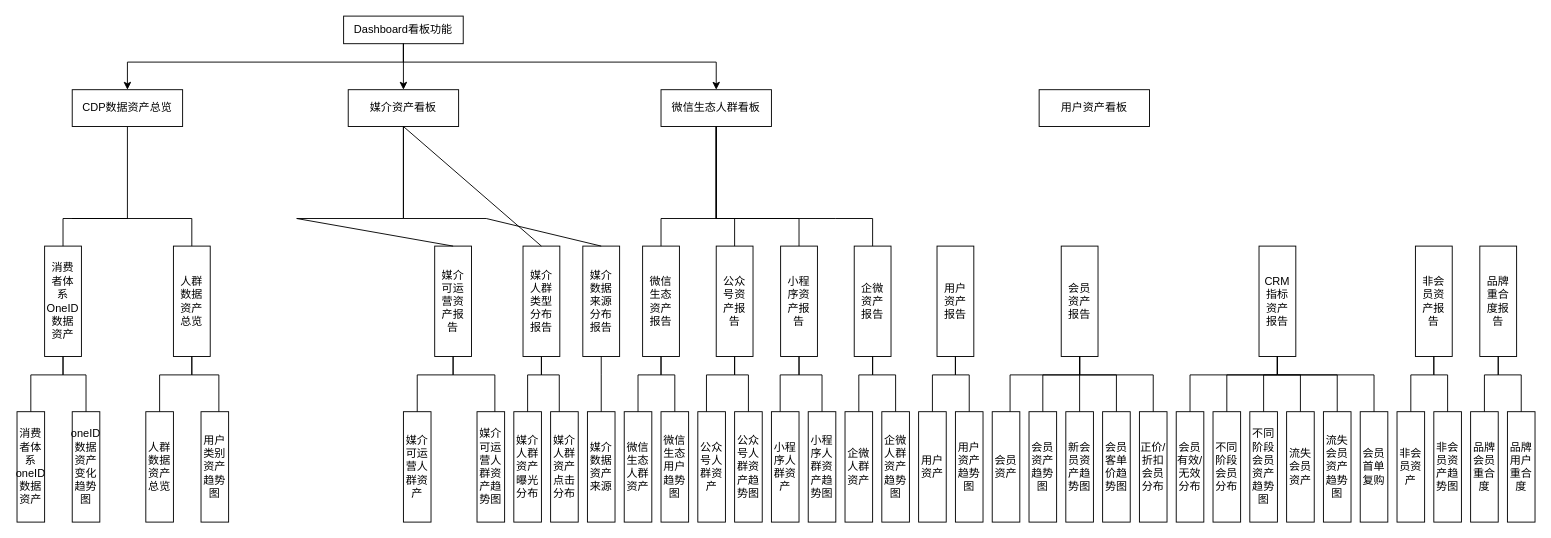
natyuen/huatu keeps this draw.io diagram as Dashboard层次图.drawio. Above is the earlier version. Source tidied: cells renumbered, new cells numbered last; positions are measured from the earlier drawing's top-left corner, leaving out a move shared by most shapes. Both pictures are drawn from the tidied source at 92%, with x=0, y=0 at pixel (17, 16).
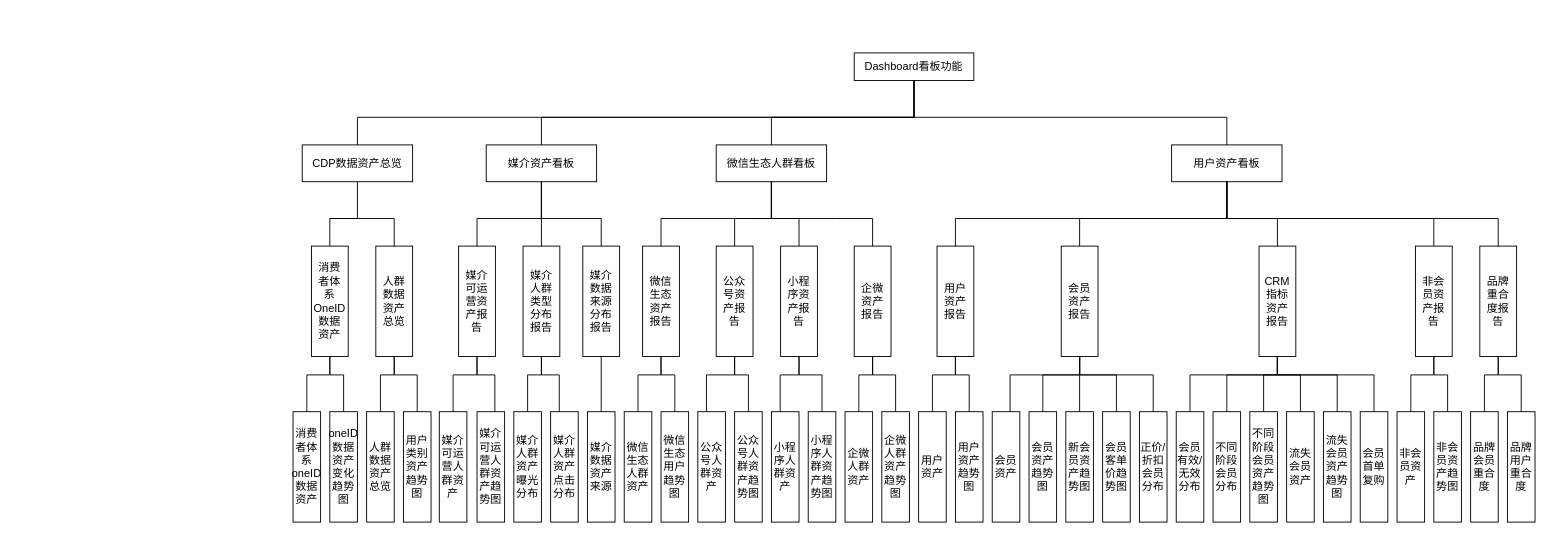
After the change.

Commit message (it also covers changes not shown here):
更新Dashboard层次图.drawio

The change refers to these unchanged cells:
```xml
<mxCell id="9" value="媒介&lt;br&gt;数据&lt;br&gt;来源&lt;br&gt;分布&lt;br&gt;报告" style="rounded=0;whiteSpace=wrap;html=1;" parent="1" vertex="1">
  <mxGeometry x="615" y="250" width="40" height="120" as="geometry" />
</mxCell>
<mxCell id="10" value="公众&lt;br&gt;号资&lt;br&gt;产报&lt;br&gt;告" style="rounded=0;whiteSpace=wrap;html=1;" parent="1" vertex="1">
  <mxGeometry x="760" y="250" width="40" height="120" as="geometry" />
</mxCell>
<mxCell id="12" value="微信&lt;br&gt;生态&lt;br&gt;资产&lt;br&gt;报告" style="rounded=0;whiteSpace=wrap;html=1;" parent="1" vertex="1">
  <mxGeometry x="680" y="250" width="40" height="120" as="geometry" />
</mxCell>
<mxCell id="54" value="小程&lt;br&gt;序资&lt;br&gt;产报&lt;br&gt;告" style="rounded=0;whiteSpace=wrap;html=1;" parent="1" vertex="1">
  <mxGeometry x="830" y="250" width="40" height="120" as="geometry" />
</mxCell>
<mxCell id="55" value="企微&lt;br&gt;资产&lt;br&gt;报告" style="rounded=0;whiteSpace=wrap;html=1;" parent="1" vertex="1">
  <mxGeometry x="910" y="250" width="40" height="120" as="geometry" />
</mxCell>
```

What changed in the source:
```diff
@@
     <mxCell id="2" value="&lt;font style=&quot;font-size: 12px;&quot;&gt;&lt;span style=&quot;font-family: Calibri; text-align: justify; background-color: initial;&quot;&gt;D&lt;/span&gt;&lt;span style=&quot;text-align: justify; background-color: initial; font-family: 宋体;&quot;&gt;&lt;font style=&quot;font-size: 12px;&quot; face=&quot;Calibri&quot;&gt;ash&lt;/font&gt;&lt;/span&gt;&lt;span style=&quot;font-family: Calibri; text-align: justify; background-color: initial;&quot;&gt;board&lt;/span&gt;&lt;/font&gt;&lt;span style=&quot;font-family: Calibri; text-align: justify; background-color: initial;&quot;&gt;&lt;font style=&quot;font-size: 12px;&quot;&gt;看板&lt;/font&gt;&lt;/span&gt;功能" style="rounded=0;whiteSpace=wrap;html=1;" parent="1" vertex="1">
-      <mxGeometry x="355" width="130" height="30" as="geometry" />
+      <mxGeometry x="910" y="40" width="130" height="30" as="geometry" />
     </mxCell>
     <mxCell id="3" value="&lt;div style=&quot;text-align: justify;&quot;&gt;&lt;span style=&quot;background-color: initial;&quot;&gt;&lt;font face=&quot;Calibri&quot;&gt;媒介资产看板&lt;/font&gt;&lt;/span&gt;&lt;/div&gt;" style="rounded=0;whiteSpace=wrap;html=1;" parent="1" vertex="1">
-      <mxGeometry x="360" y="80" width="120" height="40" as="geometry" />
+      <mxGeometry x="510" y="140" width="120" height="40" as="geometry" />
     </mxCell>
-    <mxCell id="4" style="endArrow=classic;html=1;rounded=0;exitX=0.5;exitY=1;exitDx=0;exitDy=0;entryX=0.5;entryY=0;entryDx=0;entryDy=0;" parent="1" edge="1" source="2" target="49">
-      <mxGeometry relative="1" as="geometry">
-        <Array as="points">
-          <mxPoint x="420" y="50" />
-          <mxPoint x="120" y="50" />
-        </Array>
-      </mxGeometry>
-    </mxCell>
-    <mxCell id="5" style="endArrow=classic;html=1;rounded=0;entryX=0.5;entryY=0;entryDx=0;entryDy=0;exitX=0.5;exitY=1;exitDx=0;exitDy=0;" parent="1" edge="1" source="2">
-      <mxGeometry relative="1" as="geometry">
-        <mxPoint x="760" y="80" as="targetPoint" />
-        <Array as="points">
-          <mxPoint x="420" y="50" />
-          <mxPoint x="760" y="50" />
-        </Array>
-      </mxGeometry>
-    </mxCell>
-    <mxCell id="6" style="endArrow=classic;html=1;rounded=0;entryX=0.5;entryY=0;entryDx=0;entryDy=0;exitX=0.5;exitY=1;exitDx=0;exitDy=0;" parent="1" edge="1" source="2" target="3">
-      <mxGeometry relative="1" as="geometry" />
-    </mxCell>
     <mxCell id="7" value="消费&lt;br&gt;者体&lt;br&gt;系OneID数据&lt;br&gt;资产" style="rounded=0;whiteSpace=wrap;html=1;" parent="1" vertex="1">
-      <mxGeometry x="30" y="250" width="40" height="120" as="geometry" />
+      <mxGeometry x="320" y="250" width="40" height="120" as="geometry" />
     </mxCell>
     <mxCell id="8" value="人群&lt;br&gt;数据&lt;br&gt;资产&lt;br&gt;总览" style="rounded=0;whiteSpace=wrap;html=1;" parent="1" vertex="1">
-      <mxGeometry x="170" y="250" width="40" height="120" as="geometry" />
+      <mxGeometry x="390" y="250" width="40" height="120" as="geometry" />
     </mxCell>
@@
     <mxCell id="11" value="媒介&lt;br&gt;可运&lt;br&gt;营资&lt;br&gt;产报&lt;br&gt;告" style="rounded=0;whiteSpace=wrap;html=1;" parent="1" vertex="1">
-      <mxGeometry x="454" y="250" width="40" height="120" as="geometry" />
+      <mxGeometry x="480" y="250" width="40" height="120" as="geometry" />
     </mxCell>
@@
     <mxCell id="13" value="消费者体系oneID数据资产" style="rounded=0;whiteSpace=wrap;html=1;" parent="1" vertex="1">
-      <mxGeometry y="430" width="30" height="120" as="geometry" />
+      <mxGeometry x="300" y="430" width="30" height="120" as="geometry" />
     </mxCell>
     <mxCell id="14" value="oneID数据资产变化趋势图" style="rounded=0;whiteSpace=wrap;html=1;" parent="1" vertex="1">
-      <mxGeometry x="60" y="430" width="30" height="120" as="geometry" />
+      <mxGeometry x="340" y="430" width="30" height="120" as="geometry" />
     </mxCell>
     <mxCell id="15" value="人群数据资产总览" style="rounded=0;whiteSpace=wrap;html=1;" parent="1" vertex="1">
-      <mxGeometry x="140" y="430" width="30" height="120" as="geometry" />
+      <mxGeometry x="380" y="430" width="30" height="120" as="geometry" />
     </mxCell>
     <mxCell id="16" value="用户类别资产趋势图" style="rounded=0;whiteSpace=wrap;html=1;" parent="1" vertex="1">
-      <mxGeometry x="200" y="430" width="30" height="120" as="geometry" />
+      <mxGeometry x="420" y="430" width="30" height="120" as="geometry" />
     </mxCell>
     <mxCell id="17" value="媒介可运营人群资产" style="rounded=0;whiteSpace=wrap;html=1;" parent="1" vertex="1">
-      <mxGeometry x="420" y="430" width="30" height="120" as="geometry" />
+      <mxGeometry x="459" y="430" width="30" height="120" as="geometry" />
     </mxCell>
@@
     <mxCell id="29" style="endArrow=none;html=1;rounded=0;fontFamily=Helvetica;fontSize=12;exitX=0.5;exitY=0;exitDx=0;exitDy=0;" parent="1" edge="1" source="8">
       <mxGeometry relative="1" as="geometry">
-        <mxPoint x="120" y="220" as="targetPoint" />
+        <mxPoint x="340" y="220" as="targetPoint" />
         <Array as="points">
-          <mxPoint x="190" y="220" />
-          <mxPoint x="60" y="220" />
+          <mxPoint x="410" y="220" />
         </Array>
       </mxGeometry>
     </mxCell>
     <mxCell id="30" style="endArrow=none;html=1;rounded=0;fontFamily=Helvetica;fontSize=12;entryX=0.5;entryY=1;entryDx=0;entryDy=0;exitX=0.5;exitY=0;exitDx=0;exitDy=0;" parent="1" edge="1" source="7" target="49">
       <mxGeometry relative="1" as="geometry">
         <Array as="points">
-          <mxPoint x="50" y="220" />
-          <mxPoint x="120" y="220" />
+          <mxPoint x="340" y="220" />
+          <mxPoint x="370" y="220" />
         </Array>
       </mxGeometry>
     </mxCell>
     <mxCell id="31" style="endArrow=none;html=1;rounded=0;fontFamily=Helvetica;fontSize=12;entryX=0.5;entryY=1;entryDx=0;entryDy=0;exitX=0.5;exitY=0;exitDx=0;exitDy=0;" parent="1" edge="1" source="11" target="3">
       <mxGeometry relative="1" as="geometry">
         <Array as="points">
-          <mxPoint x="304" y="220" />
-          <mxPoint x="420" y="220" />
+          <mxPoint x="500" y="220" />
+          <mxPoint x="570" y="220" />
         </Array>
       </mxGeometry>
     </mxCell>
     <mxCell id="32" style="endArrow=none;html=1;rounded=0;fontFamily=Helvetica;fontSize=12;exitX=0.5;exitY=1;exitDx=0;exitDy=0;entryX=0.5;entryY=0;entryDx=0;entryDy=0;" parent="1" edge="1" source="3" target="9">
       <mxGeometry relative="1" as="geometry">
         <Array as="points">
-          <mxPoint x="420" y="220" />
-          <mxPoint x="510" y="220" />
+          <mxPoint x="570" y="220" />
+          <mxPoint x="635" y="220" />
         </Array>
       </mxGeometry>
     </mxCell>
     <mxCell id="33" style="endArrow=none;html=1;rounded=0;fontFamily=Helvetica;fontSize=12;entryX=0.5;entryY=1;entryDx=0;entryDy=0;exitX=0.5;exitY=0;exitDx=0;exitDy=0;" parent="1" edge="1" source="12" target="50">
       <mxGeometry relative="1" as="geometry">
         <Array as="points">
           <mxPoint x="700" y="220" />
-          <mxPoint x="760" y="220" />
+          <mxPoint x="820" y="220" />
         </Array>
       </mxGeometry>
     </mxCell>
     <mxCell id="34" style="endArrow=none;html=1;rounded=0;fontFamily=Helvetica;fontSize=12;entryX=0.5;entryY=1;entryDx=0;entryDy=0;exitX=0.5;exitY=0;exitDx=0;exitDy=0;" parent="1" edge="1" source="10" target="50">
       <mxGeometry relative="1" as="geometry">
         <Array as="points">
           <mxPoint x="780" y="220" />
-          <mxPoint x="760" y="220" />
+          <mxPoint x="820" y="220" />
         </Array>
       </mxGeometry>
     </mxCell>
     <mxCell id="35" style="endArrow=none;html=1;rounded=0;fontFamily=Helvetica;fontSize=12;entryX=0.5;entryY=1;entryDx=0;entryDy=0;exitX=0.5;exitY=0;exitDx=0;exitDy=0;" parent="1" edge="1" source="13" target="7">
       <mxGeometry relative="1" as="geometry">
         <Array as="points">
-          <mxPoint x="15" y="390" />
-          <mxPoint x="50" y="390" />
+          <mxPoint x="315" y="390" />
+          <mxPoint x="340" y="390" />
         </Array>
       </mxGeometry>
     </mxCell>
     <mxCell id="36" style="endArrow=none;html=1;rounded=0;fontFamily=Helvetica;fontSize=12;entryX=0.5;entryY=1;entryDx=0;entryDy=0;exitX=0.5;exitY=0;exitDx=0;exitDy=0;" parent="1" edge="1" source="15" target="8">
       <mxGeometry relative="1" as="geometry">
         <Array as="points">
-          <mxPoint x="155" y="390" />
-          <mxPoint x="190" y="390" />
+          <mxPoint x="395" y="390" />
+          <mxPoint x="410" y="390" />
         </Array>
       </mxGeometry>
     </mxCell>
     <mxCell id="37" style="endArrow=none;html=1;rounded=0;fontFamily=Helvetica;fontSize=12;entryX=0.5;entryY=1;entryDx=0;entryDy=0;exitX=0.5;exitY=0;exitDx=0;exitDy=0;" parent="1" edge="1" source="17" target="11">
       <mxGeometry relative="1" as="geometry">
         <Array as="points">
-          <mxPoint x="435" y="390" />
           <mxPoint x="474" y="390" />
+          <mxPoint x="500" y="390" />
         </Array>
       </mxGeometry>
     </mxCell>
     <mxCell id="38" style="endArrow=none;html=1;rounded=0;fontFamily=Helvetica;fontSize=12;edgeStyle=elbowEdgeStyle;elbow=vertical;entryX=0.5;entryY=1;entryDx=0;entryDy=0;exitX=0.5;exitY=0;exitDx=0;exitDy=0;" parent="1" edge="1" source="14" target="7">
       <mxGeometry relative="1" as="geometry">
         <Array as="points">
-          <mxPoint x="60" y="390" />
-          <mxPoint y="390" />
+          <mxPoint x="340" y="390" />
+          <mxPoint x="280" y="390" />
         </Array>
       </mxGeometry>
     </mxCell>
-    <mxCell id="39" style="endArrow=none;html=1;rounded=0;fontFamily=Helvetica;fontSize=12;edgeStyle=elbowEdgeStyle;elbow=vertical;entryX=0.5;entryY=1;entryDx=0;entryDy=0;" parent="1" edge="1" target="8">
+    <mxCell id="39" style="endArrow=none;html=1;rounded=0;fontFamily=Helvetica;fontSize=12;edgeStyle=elbowEdgeStyle;elbow=vertical;entryX=0.5;entryY=1;entryDx=0;entryDy=0;exitX=0.5;exitY=0;exitDx=0;exitDy=0;" parent="1" edge="1" source="16" target="8">
       <mxGeometry relative="1" as="geometry">
-        <mxPoint x="219.4" y="430" as="sourcePoint" />
         <Array as="points">
-          <mxPoint x="239.4" y="390" />
+          <mxPoint x="435" y="390" />
         </Array>
       </mxGeometry>
     </mxCell>
@@
     <mxCell id="49" value="&lt;div style=&quot;text-align: justify;&quot;&gt;&lt;font face=&quot;Calibri&quot;&gt;CDP数据资产总览&lt;/font&gt;&lt;/div&gt;" style="rounded=0;whiteSpace=wrap;html=1;" parent="1" vertex="1">
-      <mxGeometry x="60" y="80" width="120" height="40" as="geometry" />
+      <mxGeometry x="310" y="140" width="120" height="40" as="geometry" />
     </mxCell>
     <mxCell id="50" value="&lt;div style=&quot;text-align: justify;&quot;&gt;&lt;span style=&quot;background-color: initial;&quot;&gt;&lt;font face=&quot;Calibri&quot;&gt;微信生态人群看板&lt;/font&gt;&lt;/span&gt;&lt;/div&gt;" style="rounded=0;whiteSpace=wrap;html=1;" parent="1" vertex="1">
-      <mxGeometry x="700" y="80" width="120" height="40" as="geometry" />
+      <mxGeometry x="760" y="140" width="120" height="40" as="geometry" />
     </mxCell>
     <mxCell id="51" value="&lt;div style=&quot;text-align: justify;&quot;&gt;&lt;span style=&quot;background-color: initial;&quot;&gt;&lt;font face=&quot;Calibri&quot;&gt;用户资产看板&lt;/font&gt;&lt;/span&gt;&lt;/div&gt;" style="rounded=0;whiteSpace=wrap;html=1;" parent="1" vertex="1">
-      <mxGeometry x="1111" y="80" width="120" height="40" as="geometry" />
+      <mxGeometry x="1255" y="140" width="120" height="40" as="geometry" />
     </mxCell>
@@
     <mxCell id="60" style="endArrow=none;html=1;rounded=0;fontFamily=Helvetica;fontSize=12;entryX=0.5;entryY=1;entryDx=0;entryDy=0;exitX=0.5;exitY=0;exitDx=0;exitDy=0;" parent="1" edge="1" source="54" target="50">
       <mxGeometry relative="1" as="geometry">
         <Array as="points">
           <mxPoint x="850" y="220" />
           <mxPoint x="800" y="220" />
-          <mxPoint x="760" y="220" />
+          <mxPoint x="820" y="220" />
         </Array>
       </mxGeometry>
     </mxCell>
     <mxCell id="61" style="endArrow=none;html=1;rounded=0;fontFamily=Helvetica;fontSize=12;entryX=0.5;entryY=1;entryDx=0;entryDy=0;exitX=0.5;exitY=0;exitDx=0;exitDy=0;" parent="1" edge="1" source="55" target="50">
       <mxGeometry relative="1" as="geometry">
         <Array as="points">
           <mxPoint x="930" y="220" />
           <mxPoint x="890" y="220" />
-          <mxPoint x="760" y="220" />
+          <mxPoint x="820" y="220" />
         </Array>
       </mxGeometry>
     </mxCell>
@@
+    <mxCell id="101" style="endArrow=none;html=1;rounded=0;fontSize=12;entryX=0.5;entryY=1;entryDx=0;entryDy=0;exitX=0.5;exitY=0;exitDx=0;exitDy=0;" parent="1" edge="1" source="50" target="2">
+      <mxGeometry relative="1" as="geometry">
+        <Array as="points">
+          <mxPoint x="820" y="110" />
+          <mxPoint x="975" y="110" />
+        </Array>
+      </mxGeometry>
+    </mxCell>
+    <mxCell id="102" style="endArrow=none;html=1;rounded=0;fontSize=12;entryX=0.5;entryY=1;entryDx=0;entryDy=0;" parent="1" edge="1" target="51">
+      <mxGeometry relative="1" as="geometry">
+        <mxPoint x="1155" y="250" as="sourcePoint" />
+        <Array as="points">
+          <mxPoint x="1155" y="220" />
+          <mxPoint x="1315" y="220" />
+        </Array>
+      </mxGeometry>
+    </mxCell>
+    <mxCell id="103" style="endArrow=none;html=1;rounded=0;fontSize=12;entryX=0.5;entryY=1;entryDx=0;entryDy=0;" parent="1" edge="1" target="51">
+      <mxGeometry relative="1" as="geometry">
+        <mxPoint x="1370" y="250" as="sourcePoint" />
+        <Array as="points">
+          <mxPoint x="1370" y="220" />
+          <mxPoint x="1315" y="220" />
+        </Array>
+      </mxGeometry>
+    </mxCell>
+    <mxCell id="104" style="endArrow=none;html=1;rounded=0;fontSize=12;entryX=0.5;entryY=1;entryDx=0;entryDy=0;" parent="1" edge="1" target="51">
+      <mxGeometry relative="1" as="geometry">
+        <mxPoint x="1540" y="250" as="sourcePoint" />
+        <Array as="points">
+          <mxPoint x="1540" y="220" />
+          <mxPoint x="1315" y="220" />
+        </Array>
+      </mxGeometry>
+    </mxCell>
+    <mxCell id="105" style="endArrow=none;html=1;rounded=0;fontSize=12;entryX=0.5;entryY=1;entryDx=0;entryDy=0;" parent="1" edge="1" target="51">
+      <mxGeometry relative="1" as="geometry">
+        <mxPoint x="1610" y="250" as="sourcePoint" />
+        <Array as="points">
+          <mxPoint x="1610" y="220" />
+          <mxPoint x="1315" y="220" />
+        </Array>
+      </mxGeometry>
+    </mxCell>
+    <mxCell id="106" style="endArrow=none;html=1;rounded=0;fontSize=12;entryX=0.5;entryY=1;entryDx=0;entryDy=0;" parent="1" edge="1" target="51">
+      <mxGeometry relative="1" as="geometry">
+        <mxPoint x="1020" y="250" as="sourcePoint" />
+        <Array as="points">
+          <mxPoint x="1020" y="220" />
+          <mxPoint x="1315" y="220" />
+        </Array>
+      </mxGeometry>
+    </mxCell>
+    <mxCell id="107" style="endArrow=none;html=1;rounded=0;fontSize=12;entryX=0.5;entryY=1;entryDx=0;entryDy=0;exitX=0.5;exitY=0;exitDx=0;exitDy=0;" parent="1" edge="1" source="3" target="2">
+      <mxGeometry relative="1" as="geometry">
+        <Array as="points">
+          <mxPoint x="570" y="110" />
+          <mxPoint x="975" y="110" />
+        </Array>
+      </mxGeometry>
+    </mxCell>
+    <mxCell id="108" style="endArrow=none;html=1;rounded=0;fontSize=12;exitX=0.5;exitY=0;exitDx=0;exitDy=0;entryX=0.5;entryY=1;entryDx=0;entryDy=0;" parent="1" edge="1" source="49" target="2">
+      <mxGeometry relative="1" as="geometry">
+        <Array as="points">
+          <mxPoint x="370" y="110" />
+          <mxPoint x="975" y="110" />
+        </Array>
+      </mxGeometry>
+    </mxCell>
+    <mxCell id="109" style="endArrow=none;html=1;rounded=0;fontSize=12;entryX=0.5;entryY=1;entryDx=0;entryDy=0;exitX=0.5;exitY=0;exitDx=0;exitDy=0;" parent="1" edge="1" source="51" target="2">
+      <mxGeometry relative="1" as="geometry">
+        <Array as="points">
+          <mxPoint x="1315" y="110" />
+          <mxPoint x="975" y="110" />
+        </Array>
+      </mxGeometry>
+    </mxCell>
```
